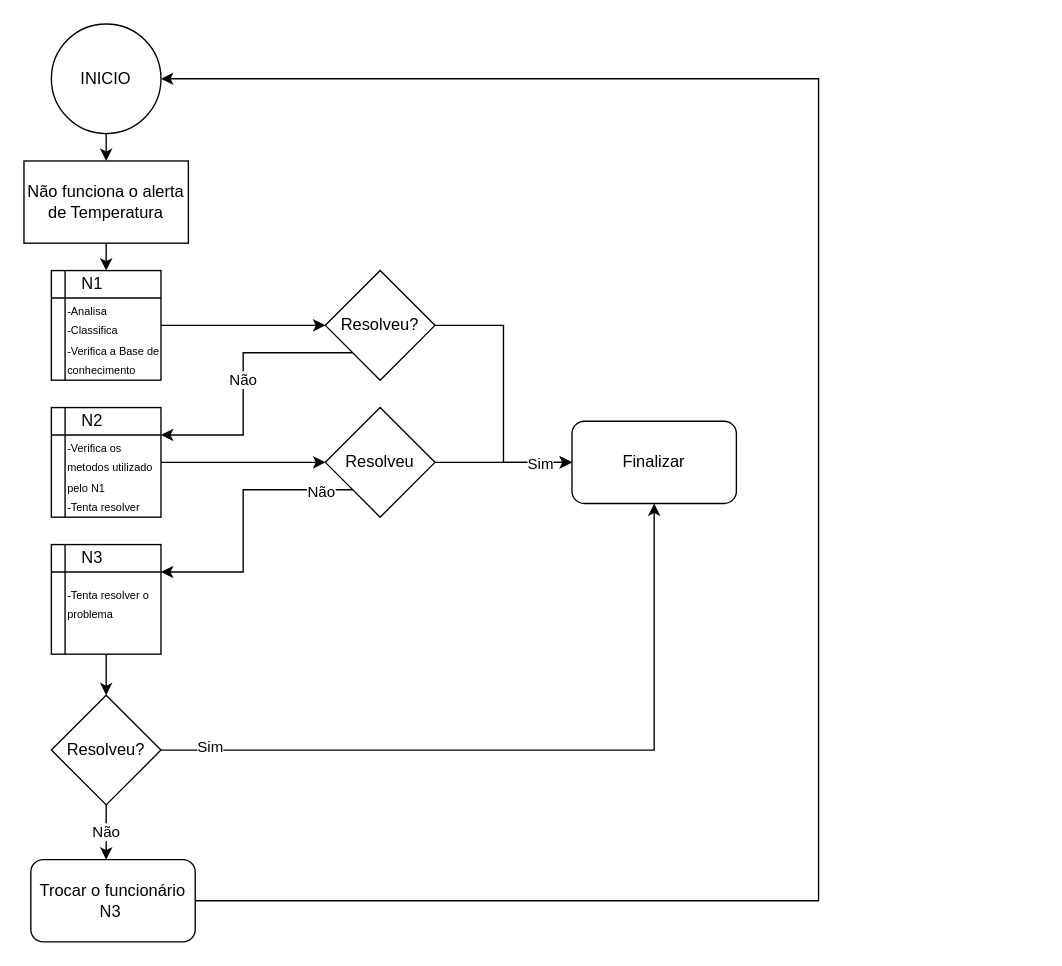
The draw.io diagram diagrama/1.drawio in rony1533/Sixsolution-project, before the edit. Source tidied: cells renumbered, new cells numbered last; positions are measured from the earlier drawing's top-left corner, leaving out a move shared by most shapes. Both pictures are drawn from the tidied source at 137%, with x=0, y=0 at pixel (23, 23).
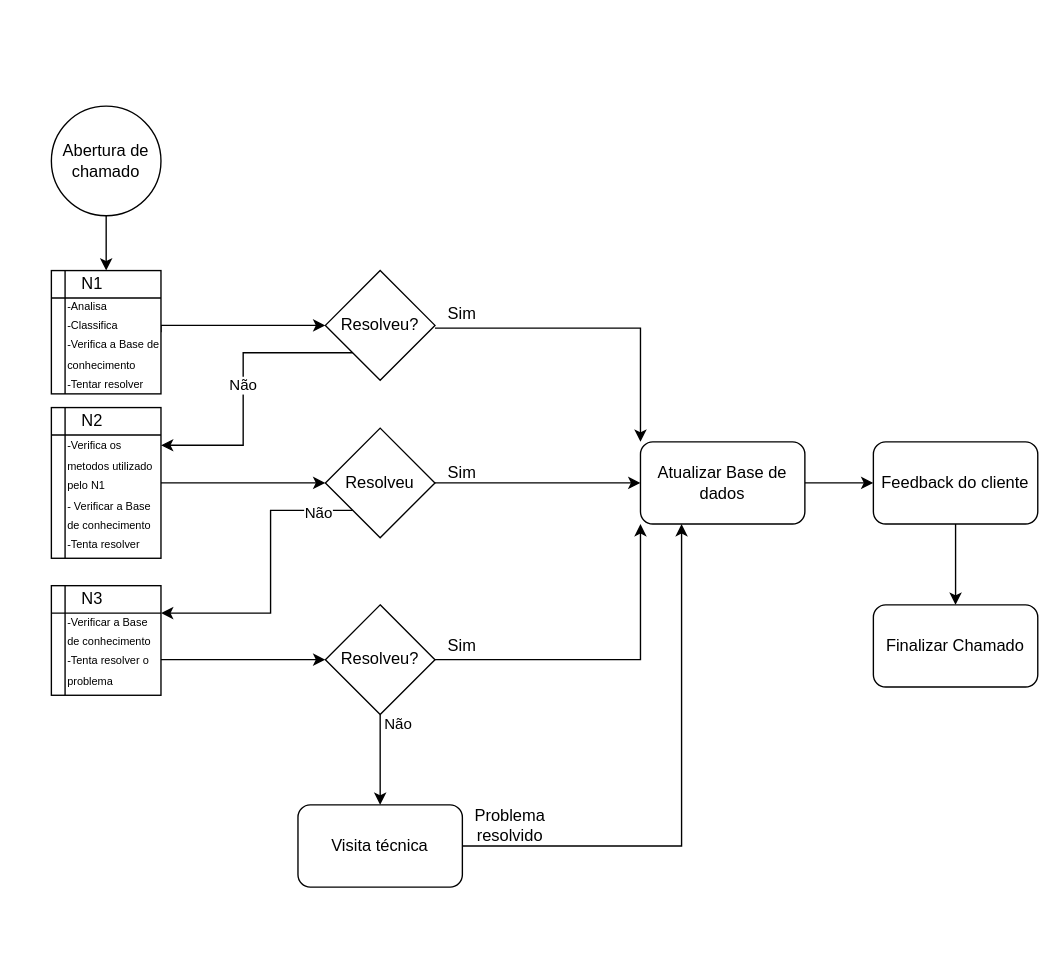
After the change.

Commit message (it also covers changes not shown here):
Diagrama e LLD

Unchanged cells that the change refers to:
```xml
<mxCell id="10" value="Resolveu?" style="rhombus;whiteSpace=wrap;html=1;" parent="1" vertex="1">
  <mxGeometry x="220" y="180" width="80" height="80" as="geometry" />
</mxCell>
<mxCell id="25" value="N1" style="text;html=1;strokeColor=none;fillColor=none;align=center;verticalAlign=middle;whiteSpace=wrap;rounded=0;" parent="1" vertex="1">
  <mxGeometry x="30" y="180" width="40" height="20" as="geometry" />
</mxCell>
```

What changed in the source:
```diff
@@
-    <mxCell id="2" style="edgeStyle=orthogonalEdgeStyle;rounded=0;jettySize=auto;html=1;exitX=0.5;exitY=1;exitDx=0;exitDy=0;entryX=0.5;entryY=0;entryDx=0;entryDy=0;" parent="1" edge="1" source="3" target="5">
+    <mxCell id="2" style="edgeStyle=orthogonalEdgeStyle;rounded=0;jettySize=auto;html=1;exitX=0.5;exitY=1;exitDx=0;exitDy=0;entryX=0.75;entryY=0;entryDx=0;entryDy=0;" parent="1" edge="1" source="3" target="25">
       <mxGeometry relative="1" as="geometry" />
     </mxCell>
-    <mxCell id="3" value="INICIO" style="ellipse;whiteSpace=wrap;html=1;" parent="1" vertex="1">
-      <mxGeometry x="20" width="80" height="80" as="geometry" />
+    <mxCell id="3" value="Abertura de chamado" style="ellipse;whiteSpace=wrap;html=1;" parent="1" vertex="1">
+      <mxGeometry x="20" y="60" width="80" height="80" as="geometry" />
     </mxCell>
-    <mxCell id="4" style="edgeStyle=orthogonalEdgeStyle;rounded=0;jettySize=auto;html=1;exitX=0.5;exitY=1;exitDx=0;exitDy=0;entryX=0.5;entryY=0;entryDx=0;entryDy=0;" parent="1" edge="1" source="5" target="7">
-      <mxGeometry relative="1" as="geometry" />
-    </mxCell>
-    <mxCell id="5" value="Não funciona o alerta de Temperatura" style="rounded=0;whiteSpace=wrap;html=1;" parent="1" vertex="1">
-      <mxGeometry y="100" width="120" height="60" as="geometry" />
-    </mxCell>
     <mxCell id="6" style="edgeStyle=orthogonalEdgeStyle;rounded=0;jettySize=auto;html=1;exitX=1;exitY=0.5;exitDx=0;exitDy=0;entryX=0;entryY=0.5;entryDx=0;entryDy=0;" parent="1" edge="1" source="7" target="10">
-      <mxGeometry relative="1" as="geometry" />
+      <mxGeometry relative="1" as="geometry">
+        <Array as="points">
+          <mxPoint x="100" y="220" />
+        </Array>
+      </mxGeometry>
     </mxCell>
     <mxCell id="7" style="shape=internalStorage;whiteSpace=wrap;html=1;backgroundOutline=1;dx=10;dy=20;" parent="1" vertex="1">
-      <mxGeometry x="20" y="180" width="80" height="80" as="geometry" />
+      <mxGeometry x="20" y="180" width="80" height="90" as="geometry" />
     </mxCell>
@@
-    <mxCell id="9" style="edgeStyle=orthogonalEdgeStyle;rounded=0;jettySize=auto;html=1;exitX=1;exitY=0.5;exitDx=0;exitDy=0;entryX=0;entryY=0.5;entryDx=0;entryDy=0;" parent="1" edge="1" source="10" target="15">
-      <mxGeometry relative="1" as="geometry" />
-    </mxCell>
@@
     <mxCell id="12" style="shape=internalStorage;whiteSpace=wrap;html=1;backgroundOutline=1;dx=10;dy=20;" parent="1" vertex="1">
-      <mxGeometry x="20" y="280" width="80" height="80" as="geometry" />
+      <mxGeometry x="20" y="280" width="80" height="110" as="geometry" />
     </mxCell>
-    <mxCell id="13" style="edgeStyle=orthogonalEdgeStyle;rounded=0;jettySize=auto;html=1;exitX=0.5;exitY=1;exitDx=0;exitDy=0;entryX=0.5;entryY=0;entryDx=0;entryDy=0;" parent="1" edge="1" source="14" target="24">
-      <mxGeometry relative="1" as="geometry" />
-    </mxCell>
     <mxCell id="14" style="shape=internalStorage;whiteSpace=wrap;html=1;backgroundOutline=1;dx=10;dy=20;" parent="1" vertex="1">
-      <mxGeometry x="20" y="380" width="80" height="80" as="geometry" />
+      <mxGeometry x="20" y="410" width="80" height="80" as="geometry" />
     </mxCell>
-    <mxCell id="15" value="Finalizar" style="rounded=1;whiteSpace=wrap;html=1;" parent="1" vertex="1">
-      <mxGeometry x="400" y="290" width="120" height="60" as="geometry" />
+    <mxCell id="15" value="Finalizar Chamado" style="rounded=1;whiteSpace=wrap;html=1;" parent="1" vertex="1">
+      <mxGeometry x="620" y="424" width="120" height="60" as="geometry" />
     </mxCell>
-    <mxCell id="16" style="edgeStyle=orthogonalEdgeStyle;rounded=0;jettySize=auto;html=1;exitX=1;exitY=0.5;exitDx=0;exitDy=0;entryX=0;entryY=0.5;entryDx=0;entryDy=0;" parent="1" edge="1" source="20" target="15">
-      <mxGeometry relative="1" as="geometry" />
-    </mxCell>
-    <mxCell id="17" value="Sim" style="edgeLabel;html=1;align=center;verticalAlign=middle;" parent="16" vertex="1">
-      <mxGeometry x="-0.2" y="2" relative="1" as="geometry">
-        <mxPoint x="36" y="2" as="offset" />
-      </mxGeometry>
-    </mxCell>
     <mxCell id="18" style="edgeStyle=orthogonalEdgeStyle;rounded=0;jettySize=auto;html=1;exitX=0;exitY=1;exitDx=0;exitDy=0;entryX=1;entryY=0.25;entryDx=0;entryDy=0;" parent="1" edge="1" source="20" target="14">
-      <mxGeometry relative="1" as="geometry" />
+      <mxGeometry relative="1" as="geometry">
+        <Array as="points">
+          <mxPoint x="180" y="355" />
+          <mxPoint x="180" y="430" />
+        </Array>
+      </mxGeometry>
     </mxCell>
@@
+    <mxCell id="33" style="edgeStyle=orthogonalEdgeStyle;rounded=0;jettySize=auto;html=1;exitX=1;exitY=0.5;exitDx=0;exitDy=0;entryX=0;entryY=0.5;entryDx=0;entryDy=0;" parent="1" edge="1" source="20" target="40">
+      <mxGeometry relative="1" as="geometry" />
+    </mxCell>
     <mxCell id="20" value="Resolveu" style="rhombus;whiteSpace=wrap;html=1;" parent="1" vertex="1">
-      <mxGeometry x="220" y="280" width="80" height="80" as="geometry" />
+      <mxGeometry x="220" y="295" width="80" height="80" as="geometry" />
     </mxCell>
-    <mxCell id="21" style="edgeStyle=orthogonalEdgeStyle;rounded=0;jettySize=auto;html=1;exitX=1;exitY=0.5;exitDx=0;exitDy=0;" parent="1" edge="1" source="24" target="15">
-      <mxGeometry relative="1" as="geometry" />
-    </mxCell>
-    <mxCell id="22" value="Sim" style="edgeLabel;html=1;align=center;verticalAlign=middle;" parent="21" vertex="1">
-      <mxGeometry x="-0.87" y="3" relative="1" as="geometry" />
-    </mxCell>
+    <mxCell id="34" style="edgeStyle=orthogonalEdgeStyle;rounded=0;jettySize=auto;html=1;exitX=0.5;exitY=1;exitDx=0;exitDy=0;entryX=0.5;entryY=0;entryDx=0;entryDy=0;" parent="1" edge="1" source="24" target="38">
+      <mxGeometry relative="1" as="geometry" />
+    </mxCell>
-    <mxCell id="23" value="Não" style="edgeStyle=orthogonalEdgeStyle;rounded=0;jettySize=auto;html=1;exitX=0.5;exitY=1;exitDx=0;exitDy=0;entryX=0.5;entryY=0;entryDx=0;entryDy=0;" parent="1" edge="1" source="24">
-      <mxGeometry relative="1" as="geometry">
-        <mxPoint x="60" y="610" as="targetPoint" />
+    <mxCell id="23" value="Não" style="edgeLabel;html=1;align=center;verticalAlign=middle;" parent="34" vertex="1">
+      <mxGeometry x="-0.93" y="-1" relative="1" as="geometry">
+        <mxPoint x="13" y="4" as="offset" />
       </mxGeometry>
     </mxCell>
+    <mxCell id="35" style="edgeStyle=orthogonalEdgeStyle;rounded=0;jettySize=auto;html=1;exitX=1;exitY=0.5;exitDx=0;exitDy=0;entryX=0;entryY=1;entryDx=0;entryDy=0;" parent="1" edge="1" source="24" target="40">
+      <mxGeometry relative="1" as="geometry" />
+    </mxCell>
     <mxCell id="24" value="Resolveu?" style="rhombus;whiteSpace=wrap;html=1;" parent="1" vertex="1">
-      <mxGeometry x="20" y="490" width="80" height="80" as="geometry" />
+      <mxGeometry x="220" y="424" width="80" height="80" as="geometry" />
     </mxCell>
@@
-    <mxCell id="26" value="&lt;font style=&quot;font-size: 8px&quot;&gt;-Analisa&lt;br&gt;&lt;/font&gt;&lt;span&gt;&lt;font style=&quot;font-size: 8px&quot;&gt;-Classifica&lt;br&gt;-Verifica a Base de conhecimento&lt;/font&gt;&lt;br&gt;&lt;/span&gt;" style="text;html=1;strokeColor=none;fillColor=none;align=left;verticalAlign=middle;whiteSpace=wrap;rounded=0;" parent="1" vertex="1">
-      <mxGeometry x="30" y="200" width="70" height="60" as="geometry" />
+    <mxCell id="26" value="&lt;font style=&quot;font-size: 8px&quot;&gt;-Analisa&lt;br&gt;&lt;/font&gt;&lt;span&gt;&lt;font style=&quot;font-size: 8px&quot;&gt;-Classifica&lt;br&gt;-Verifica a Base de conhecimento&lt;br&gt;&lt;/font&gt;&lt;span style=&quot;font-size: 8px&quot;&gt;-Tentar&amp;nbsp;resolver&lt;/span&gt;&lt;br&gt;&lt;/span&gt;" style="text;html=1;strokeColor=none;fillColor=none;align=left;verticalAlign=middle;whiteSpace=wrap;rounded=0;" parent="1" vertex="1">
+      <mxGeometry x="30" y="203" width="70" height="60" as="geometry" />
     </mxCell>
@@
-    <mxCell id="28" value="&lt;font style=&quot;font-size: 8px&quot;&gt;-Verifica os metodos utilizado pelo N1&lt;br&gt;-Tenta resolver&lt;br&gt;&lt;/font&gt;" style="text;html=1;strokeColor=none;fillColor=none;align=left;verticalAlign=middle;whiteSpace=wrap;rounded=0;" parent="1" vertex="1">
-      <mxGeometry x="30" y="300" width="70" height="60" as="geometry" />
+    <mxCell id="28" value="&lt;font style=&quot;font-size: 8px&quot;&gt;-Verifica os metodos utilizado pelo N1&lt;br&gt;- Verificar a Base de conhecimento&lt;br&gt;-Tenta resolver&lt;br&gt;&lt;/font&gt;" style="text;html=1;strokeColor=none;fillColor=none;align=left;verticalAlign=middle;whiteSpace=wrap;rounded=0;" parent="1" vertex="1">
+      <mxGeometry x="30" y="303" width="70" height="80" as="geometry" />
     </mxCell>
     <mxCell id="29" value="N3" style="text;html=1;strokeColor=none;fillColor=none;align=center;verticalAlign=middle;whiteSpace=wrap;rounded=0;" parent="1" vertex="1">
-      <mxGeometry x="30" y="380" width="40" height="20" as="geometry" />
+      <mxGeometry x="30" y="410" width="40" height="20" as="geometry" />
     </mxCell>
+    <mxCell id="36" style="edgeStyle=orthogonalEdgeStyle;rounded=0;jettySize=auto;html=1;exitX=1;exitY=0.5;exitDx=0;exitDy=0;entryX=0;entryY=0.5;entryDx=0;entryDy=0;" parent="1" edge="1" source="30" target="24">
+      <mxGeometry relative="1" as="geometry" />
+    </mxCell>
-    <mxCell id="30" value="&lt;span style=&quot;font-size: 8px&quot;&gt;-Tenta resolver o problema&lt;br&gt;&lt;br&gt;&lt;/span&gt;" style="text;html=1;strokeColor=none;fillColor=none;align=left;verticalAlign=middle;whiteSpace=wrap;rounded=0;" parent="1" vertex="1">
-      <mxGeometry x="30" y="400" width="70" height="60" as="geometry" />
+    <mxCell id="30" value="&lt;span style=&quot;font-size: 8px&quot;&gt;-Verificar a Base de conhecimento&lt;br&gt;&lt;/span&gt;&lt;span style=&quot;font-size: 8px&quot;&gt;-Tenta resolver o problema&lt;/span&gt;&lt;span style=&quot;font-size: 8px&quot;&gt;&lt;br&gt;&lt;br&gt;&lt;/span&gt;" style="text;html=1;strokeColor=none;fillColor=none;align=left;verticalAlign=middle;whiteSpace=wrap;rounded=0;" parent="1" vertex="1">
+      <mxGeometry x="30" y="434" width="70" height="60" as="geometry" />
     </mxCell>
-    <mxCell id="31" style="edgeStyle=orthogonalEdgeStyle;rounded=0;jettySize=auto;html=1;exitX=1;exitY=0.5;exitDx=0;exitDy=0;entryX=1;entryY=0.5;entryDx=0;entryDy=0;" parent="1" edge="1" source="32" target="3">
-      <mxGeometry relative="1" as="geometry">
-        <Array as="points">
-          <mxPoint x="580" y="640" />
-          <mxPoint x="580" y="40" />
-        </Array>
-      </mxGeometry>
-    </mxCell>
-    <mxCell id="32" value="Trocar o funcionário N3&amp;nbsp;" style="rounded=1;whiteSpace=wrap;html=1;" parent="1" vertex="1">
-      <mxGeometry x="5" y="610" width="120" height="60" as="geometry" />
-    </mxCell>
+    <mxCell id="37" style="edgeStyle=orthogonalEdgeStyle;rounded=0;jettySize=auto;html=1;exitX=1;exitY=0.5;exitDx=0;exitDy=0;entryX=0.25;entryY=1;entryDx=0;entryDy=0;" parent="1" edge="1" source="38" target="40">
+      <mxGeometry relative="1" as="geometry" />
+    </mxCell>
+    <mxCell id="38" value="Visita técnica" style="rounded=1;whiteSpace=wrap;html=1;" parent="1" vertex="1">
+      <mxGeometry x="200" y="570" width="120" height="60" as="geometry" />
+    </mxCell>
+    <mxCell id="39" style="edgeStyle=orthogonalEdgeStyle;rounded=0;jettySize=auto;html=1;exitX=1;exitY=0.5;exitDx=0;exitDy=0;entryX=0;entryY=0.5;entryDx=0;entryDy=0;" parent="1" edge="1" source="40" target="42">
+      <mxGeometry relative="1" as="geometry" />
+    </mxCell>
+    <mxCell id="40" value="Atualizar Base de dados" style="rounded=1;whiteSpace=wrap;html=1;" parent="1" vertex="1">
+      <mxGeometry x="450" y="305" width="120" height="60" as="geometry" />
+    </mxCell>
+    <mxCell id="41" style="edgeStyle=orthogonalEdgeStyle;rounded=0;jettySize=auto;html=1;exitX=0.5;exitY=1;exitDx=0;exitDy=0;entryX=0.5;entryY=0;entryDx=0;entryDy=0;" parent="1" edge="1" source="42" target="15">
+      <mxGeometry relative="1" as="geometry" />
+    </mxCell>
+    <mxCell id="42" value="Feedback do cliente" style="rounded=1;whiteSpace=wrap;html=1;" parent="1" vertex="1">
+      <mxGeometry x="620" y="305" width="120" height="60" as="geometry" />
+    </mxCell>
+    <mxCell id="43" value="Sim" style="text;html=1;strokeColor=none;fillColor=none;align=center;verticalAlign=middle;whiteSpace=wrap;rounded=0;" parent="1" vertex="1">
+      <mxGeometry x="300" y="318" width="40" height="20" as="geometry" />
+    </mxCell>
+    <mxCell id="44" style="edgeStyle=orthogonalEdgeStyle;rounded=0;jettySize=auto;html=1;exitX=0;exitY=1;exitDx=0;exitDy=0;entryX=0;entryY=0;entryDx=0;entryDy=0;" parent="1" edge="1" source="45" target="40">
+      <mxGeometry relative="1" as="geometry">
+        <Array as="points">
+          <mxPoint x="450" y="222" />
+        </Array>
+      </mxGeometry>
+    </mxCell>
+    <mxCell id="45" value="Sim" style="text;html=1;strokeColor=none;fillColor=none;align=center;verticalAlign=middle;whiteSpace=wrap;rounded=0;" parent="1" vertex="1">
+      <mxGeometry x="300" y="202" width="40" height="20" as="geometry" />
+    </mxCell>
+    <mxCell id="46" value="Sim" style="text;html=1;strokeColor=none;fillColor=none;align=center;verticalAlign=middle;whiteSpace=wrap;rounded=0;" parent="1" vertex="1">
+      <mxGeometry x="300" y="444" width="40" height="20" as="geometry" />
+    </mxCell>
+    <mxCell id="47" value="Problema resolvido" style="text;html=1;strokeColor=none;fillColor=none;align=center;verticalAlign=middle;whiteSpace=wrap;rounded=0;" parent="1" vertex="1">
+      <mxGeometry x="320" y="570" width="70" height="30" as="geometry" />
+    </mxCell>
```
